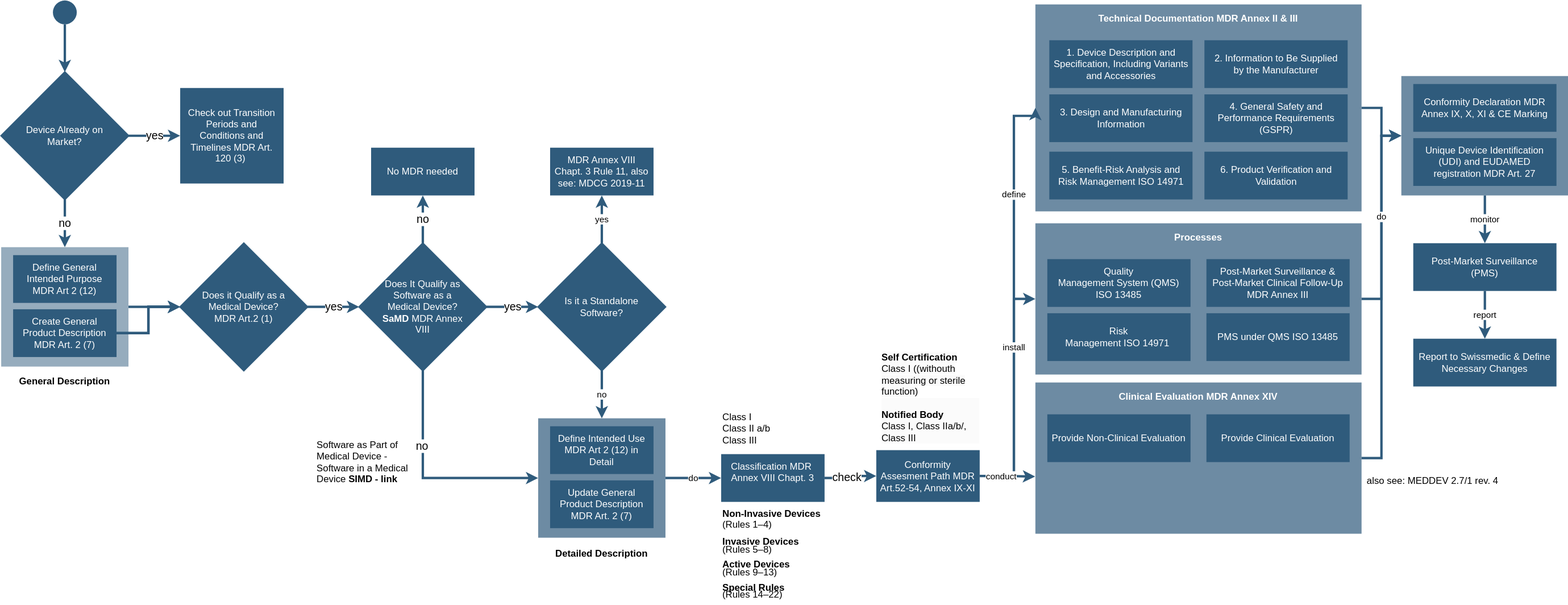
Above: assets/MDR_Guideline_With_Links.svg in DigitalHealthZurich/MDR_Guideline (draw.io), before the change. Source tidied: cells renumbered, new cells last; positions are measured from the earlier drawing's top-left corner, leaving out a move shared by most shapes.
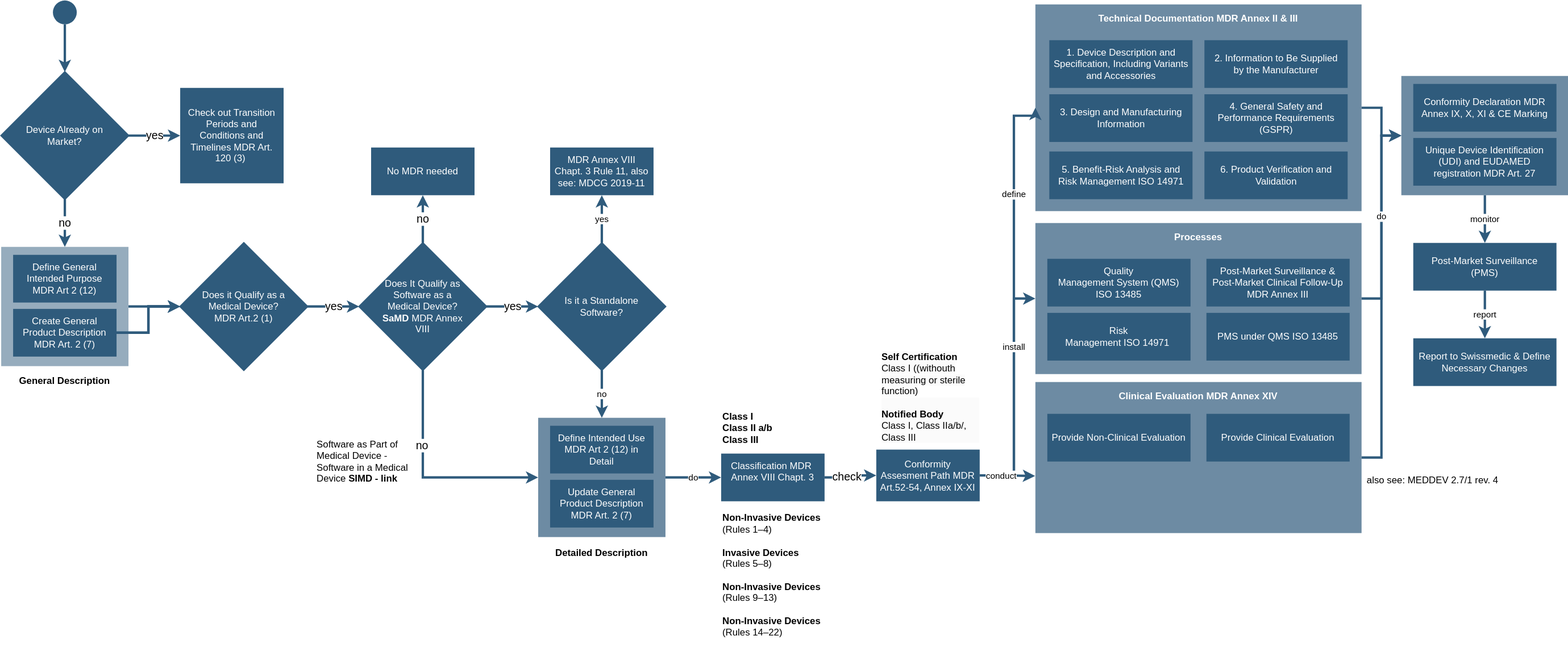
Later version of the same file.

What changed in the source:
```diff
@@ -64,11 +64,11 @@
     <mxCell id="19" value="Conformity Assesment Path MDR Art.52-54, Annex IX-XI" style="whiteSpace=wrap;shadow=0;fontColor=#FFFFFF;fontFamily=Helvetica;fontStyle=0;html=1;fontSize=12;plain-purple;strokeColor=none;fillColor=#2f5b7c;gradientColor=none;spacing=6;verticalAlign=middle;rotation=0;" parent="1" vertex="1">
       <mxGeometry x="1100" y="565" width="130" height="65" as="geometry" />
     </mxCell>
-    <mxCell id="20" value="Class I&amp;nbsp;&lt;div&gt;Class II a/b&lt;/div&gt;&lt;div&gt;Class III&lt;/div&gt;" style="text;html=1;align=left;verticalAlign=middle;whiteSpace=wrap;rounded=0;" parent="1" vertex="1">
+    <mxCell id="20" value="&lt;b&gt;Class I&amp;nbsp;&lt;/b&gt;&lt;div&gt;&lt;b&gt;Class II a/b&lt;/b&gt;&lt;/div&gt;&lt;div&gt;&lt;b&gt;Class III&lt;/b&gt;&lt;/div&gt;" style="text;html=1;align=left;verticalAlign=middle;whiteSpace=wrap;rounded=0;" parent="1" vertex="1">
       <mxGeometry x="905" y="505" width="130" height="65" as="geometry" />
     </mxCell>
-    <mxCell id="21" value="&lt;strong style=&quot;background-color: transparent; color: light-dark(rgb(0, 0, 0), rgb(255, 255, 255)); line-height: 80%;&quot;&gt;Non-Invasive Devices&lt;/strong&gt;&lt;span style=&quot;background-color: transparent; color: light-dark(rgb(0, 0, 0), rgb(255, 255, 255)); line-height: 80%;&quot;&gt;&amp;nbsp;&lt;/span&gt;&lt;div&gt;&lt;span style=&quot;background-color: transparent; color: light-dark(rgb(0, 0, 0), rgb(255, 255, 255)); line-height: 80%;&quot;&gt;(Rules 1–4)&lt;/span&gt;&lt;div style=&quot;line-height: 80%;&quot;&gt;&lt;br&gt;&lt;strong style=&quot;background-color: transparent; color: light-dark(rgb(0, 0, 0), rgb(255, 255, 255));&quot;&gt;Invasive Devices&lt;/strong&gt;&lt;span style=&quot;background-color: transparent; color: light-dark(rgb(0, 0, 0), rgb(255, 255, 255));&quot;&gt;&amp;nbsp;&lt;/span&gt;&lt;/div&gt;&lt;div style=&quot;line-height: 80%;&quot;&gt;&lt;span style=&quot;background-color: transparent; color: light-dark(rgb(0, 0, 0), rgb(255, 255, 255));&quot;&gt;(Rules 5–8)&lt;/span&gt;&lt;/div&gt;&lt;div style=&quot;line-height: 80%;&quot;&gt;&lt;br&gt;&lt;strong style=&quot;background-color: transparent; color: light-dark(rgb(0, 0, 0), rgb(255, 255, 255));&quot;&gt;Active Devices&lt;/strong&gt;&lt;span style=&quot;background-color: transparent; color: light-dark(rgb(0, 0, 0), rgb(255, 255, 255));&quot;&gt;&amp;nbsp;&lt;/span&gt;&lt;/div&gt;&lt;div style=&quot;line-height: 80%;&quot;&gt;&lt;span style=&quot;background-color: transparent; color: light-dark(rgb(0, 0, 0), rgb(255, 255, 255));&quot;&gt;(Rules 9–13)&lt;/span&gt;&lt;/div&gt;&lt;div style=&quot;line-height: 80%;&quot;&gt;&lt;br&gt;&lt;strong style=&quot;background-color: transparent; color: light-dark(rgb(0, 0, 0), rgb(255, 255, 255));&quot;&gt;Special Rules&lt;/strong&gt;&lt;span style=&quot;background-color: transparent; color: light-dark(rgb(0, 0, 0), rgb(255, 255, 255));&quot;&gt;&amp;nbsp;&lt;/span&gt;&lt;/div&gt;&lt;div style=&quot;line-height: 80%;&quot;&gt;&lt;span style=&quot;background-color: transparent; color: light-dark(rgb(0, 0, 0), rgb(255, 255, 255));&quot;&gt;(Rules 14–22)&lt;/span&gt;&lt;/div&gt;&lt;/div&gt;" style="text;html=1;align=left;verticalAlign=middle;whiteSpace=wrap;rounded=0;" parent="1" vertex="1">
-      <mxGeometry x="905" y="630" width="170" height="130" as="geometry" />
+    <mxCell id="21" value="&lt;strong style=&quot;background-color: transparent; color: light-dark(rgb(0, 0, 0), rgb(255, 255, 255)); line-height: 80%;&quot;&gt;Non-Invasive Devices&lt;/strong&gt;&lt;span style=&quot;background-color: transparent; color: light-dark(rgb(0, 0, 0), rgb(255, 255, 255)); line-height: 80%;&quot;&gt;&amp;nbsp;&lt;/span&gt;&lt;div&gt;&lt;span style=&quot;background-color: transparent; color: light-dark(rgb(0, 0, 0), rgb(255, 255, 255));&quot;&gt;(Rules 1–4)&lt;/span&gt;&lt;/div&gt;&lt;div&gt;&lt;br&gt;&lt;/div&gt;&lt;div&gt;&lt;strong style=&quot;color: light-dark(rgb(0, 0, 0), rgb(255, 255, 255)); background-color: transparent; line-height: 9.6px;&quot;&gt;Invasive Devices&lt;/strong&gt;&lt;span style=&quot;color: light-dark(rgb(0, 0, 0), rgb(255, 255, 255)); background-color: transparent; line-height: 9.6px;&quot;&gt;&amp;nbsp;&lt;/span&gt;&lt;div&gt;&lt;span style=&quot;background-color: transparent; color: light-dark(rgb(0, 0, 0), rgb(255, 255, 255));&quot;&gt;(Rules 5–8)&lt;/span&gt;&lt;/div&gt;&lt;div&gt;&lt;span style=&quot;background-color: transparent; color: light-dark(rgb(0, 0, 0), rgb(255, 255, 255));&quot;&gt;&lt;br&gt;&lt;/span&gt;&lt;/div&gt;&lt;div&gt;&lt;strong style=&quot;color: light-dark(rgb(0, 0, 0), rgb(255, 255, 255)); background-color: transparent; line-height: 9.6px;&quot;&gt;Non-Invasive Devices&lt;/strong&gt;&lt;span style=&quot;color: light-dark(rgb(0, 0, 0), rgb(255, 255, 255)); background-color: transparent; line-height: 9.6px;&quot;&gt;&amp;nbsp;&lt;/span&gt;&lt;div&gt;&lt;span style=&quot;background-color: transparent; color: light-dark(rgb(0, 0, 0), rgb(255, 255, 255));&quot;&gt;(Rules 9–13)&lt;/span&gt;&lt;/div&gt;&lt;/div&gt;&lt;div&gt;&lt;span style=&quot;background-color: transparent; color: light-dark(rgb(0, 0, 0), rgb(255, 255, 255));&quot;&gt;&lt;br&gt;&lt;/span&gt;&lt;/div&gt;&lt;div&gt;&lt;strong style=&quot;color: light-dark(rgb(0, 0, 0), rgb(255, 255, 255)); background-color: transparent; line-height: 9.6px;&quot;&gt;Non-Invasive Devices&lt;/strong&gt;&lt;span style=&quot;color: light-dark(rgb(0, 0, 0), rgb(255, 255, 255)); background-color: transparent; line-height: 9.6px;&quot;&gt;&amp;nbsp;&lt;/span&gt;&lt;div&gt;&lt;span style=&quot;background-color: transparent; color: light-dark(rgb(0, 0, 0), rgb(255, 255, 255));&quot;&gt;(Rules 14–22)&lt;/span&gt;&lt;/div&gt;&lt;/div&gt;&lt;/div&gt;" style="text;html=1;align=left;verticalAlign=middle;whiteSpace=wrap;rounded=0;" parent="1" vertex="1">
+      <mxGeometry x="905" y="630" width="170" height="185" as="geometry" />
     </mxCell>
     <mxCell id="22" value="&lt;span style=&quot;color: rgb(0, 0, 0); font-family: Helvetica; font-size: 12px; font-style: normal; font-variant-ligatures: normal; font-variant-caps: normal; letter-spacing: normal; orphans: 2; text-indent: 0px; text-transform: none; widows: 2; word-spacing: 0px; -webkit-text-stroke-width: 0px; white-space: normal; background-color: rgb(251, 251, 251); text-decoration-thickness: initial; text-decoration-style: initial; text-decoration-color: initial; float: none; display: inline !important;&quot;&gt;&lt;b&gt;Self Certification&lt;/b&gt;&lt;/span&gt;&lt;div&gt;&lt;span style=&quot;color: rgb(0, 0, 0); font-family: Helvetica; font-size: 12px; font-style: normal; font-variant-ligatures: normal; font-variant-caps: normal; font-weight: 400; letter-spacing: normal; orphans: 2; text-indent: 0px; text-transform: none; widows: 2; word-spacing: 0px; -webkit-text-stroke-width: 0px; white-space: normal; background-color: rgb(251, 251, 251); text-decoration-thickness: initial; text-decoration-style: initial; text-decoration-color: initial; float: none; display: inline !important;&quot;&gt;Class I ((withouth measuring or sterile function)&lt;/span&gt;&lt;div style=&quot;forced-color-adjust: none; color: rgb(0, 0, 0); font-family: Helvetica; font-size: 12px; font-style: normal; font-variant-ligatures: normal; font-variant-caps: normal; letter-spacing: normal; orphans: 2; text-indent: 0px; text-transform: none; widows: 2; word-spacing: 0px; -webkit-text-stroke-width: 0px; white-space: normal; background-color: rgb(251, 251, 251); text-decoration-thickness: initial; text-decoration-style: initial; text-decoration-color: initial;&quot;&gt;&amp;nbsp;&lt;br&gt;&lt;div style=&quot;forced-color-adjust: none;&quot;&gt;&lt;span style=&quot;background-color: light-dark(rgb(251, 251, 251), rgb(21, 21, 21)); color: light-dark(rgb(0, 0, 0), rgb(237, 237, 237));&quot;&gt;&lt;b&gt;Notified Body&lt;/b&gt;&lt;/span&gt;&lt;/div&gt;&lt;div style=&quot;forced-color-adjust: none;&quot;&gt;Class I, Class IIa/b/, Class III&lt;/div&gt;&lt;/div&gt;&lt;/div&gt;" style="text;whiteSpace=wrap;html=1;align=left;" parent="1" vertex="1">
       <mxGeometry x="1105" y="435" width="125" height="130" as="geometry" />
```
